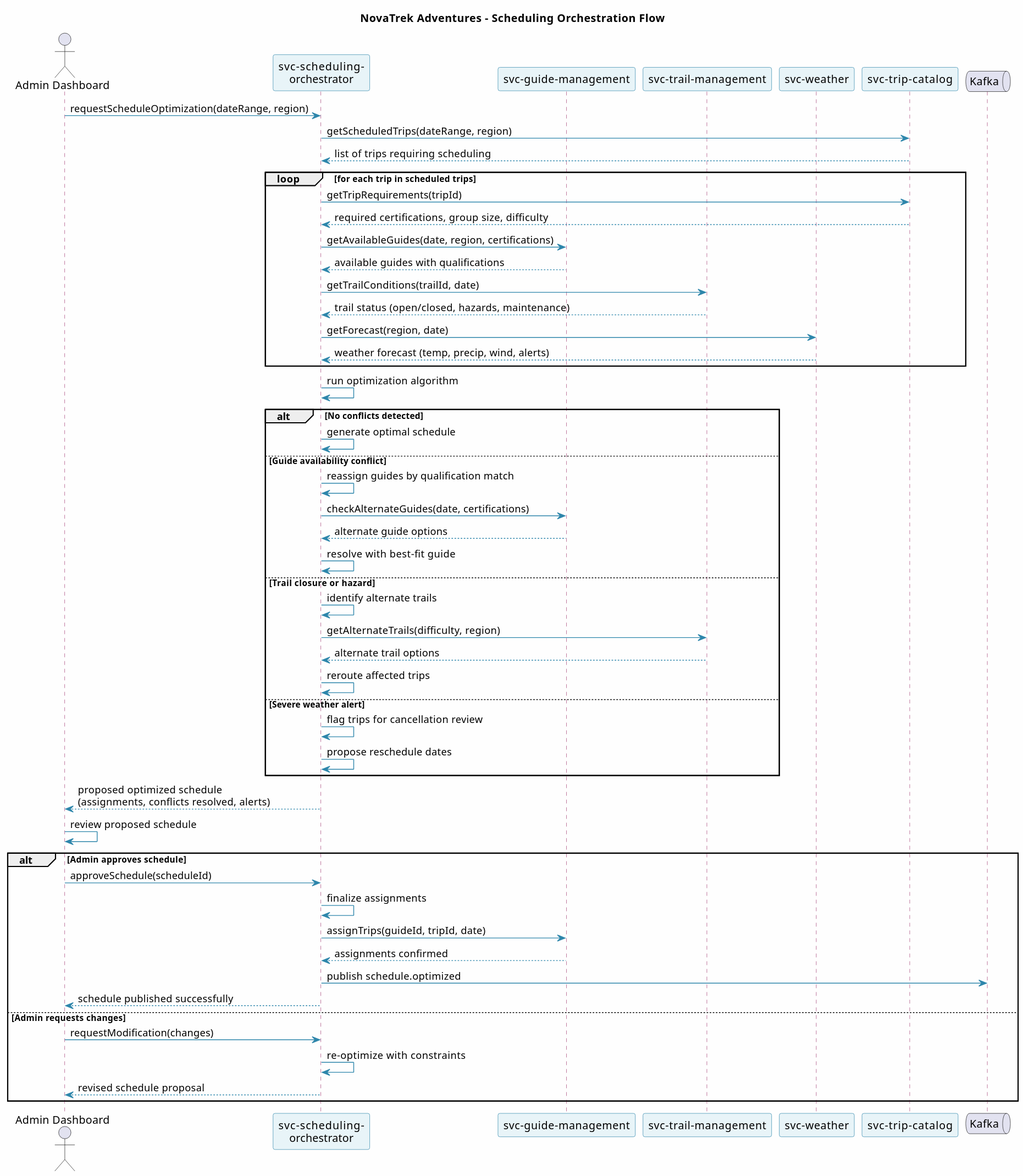
Earlier version of the PlantUML export phase-1-ai-tool-cost-comparison/workspace/corporate-services/diagrams/Sequence/scheduling-orchestration-flow.svg (christopherblaisdell/continuous-architecture-platform-poc).
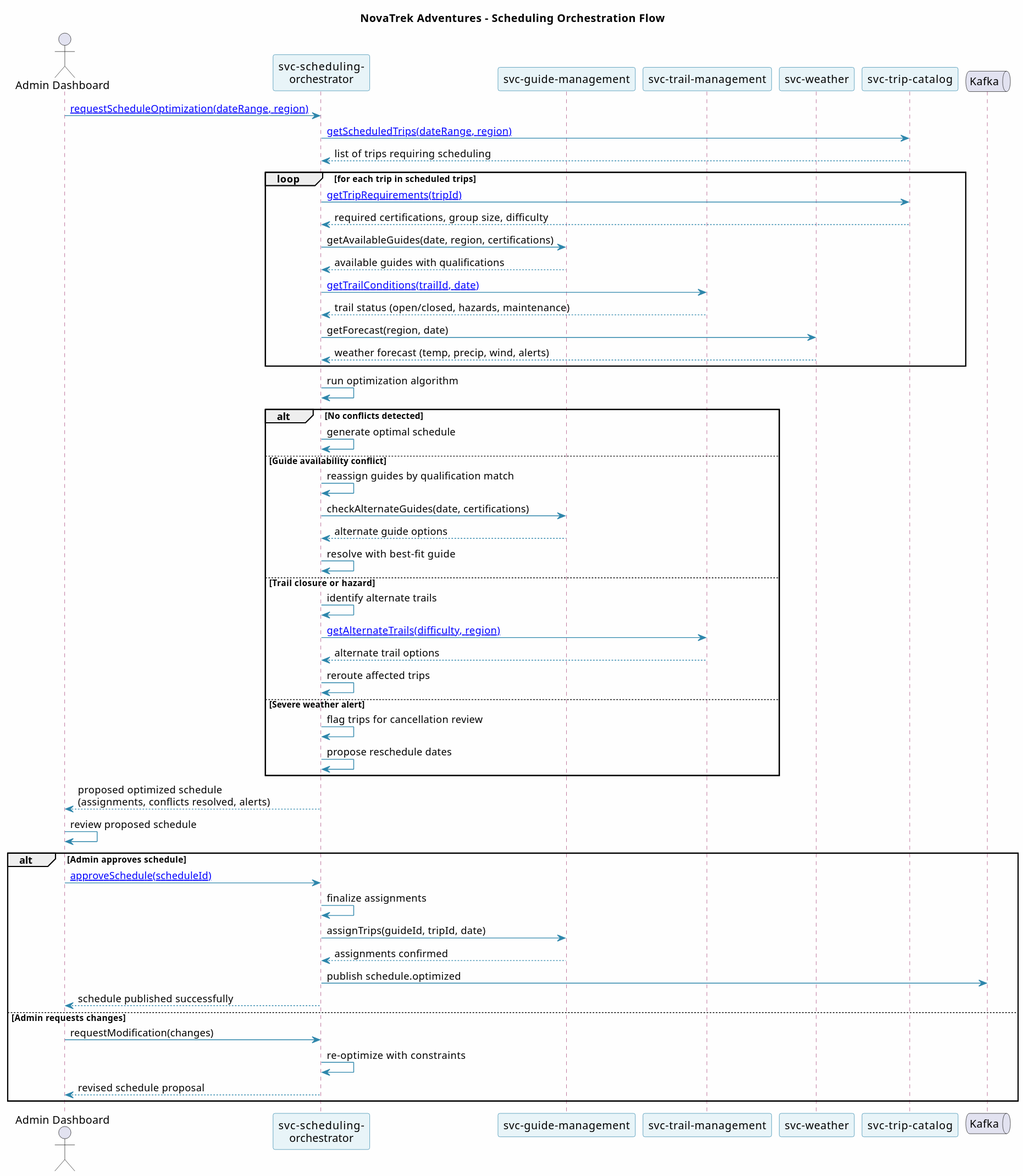
Later version of the same file.

Change to the diagram source:
```diff
@@ -15,25 +15,25 @@
 }
 
 actor "Admin Dashboard" as admin
-participant "svc-scheduling-\norchestrator" as scheduler
+participant "svc-scheduling-\norchestrator" as scheduler [[/services/svc-scheduling-orchestrator/]]
 participant "svc-guide-management" as guides
-participant "svc-trail-management" as trails
+participant "svc-trail-management" as trails [[/services/svc-trail-management/]]
 participant "svc-weather" as weather
-participant "svc-trip-catalog" as catalog
+participant "svc-trip-catalog" as catalog [[/services/svc-trip-catalog/]]
 queue "Kafka" as kafka
 
-admin -> scheduler : requestScheduleOptimization(dateRange, region)
-scheduler -> catalog : getScheduledTrips(dateRange, region)
+admin -> scheduler : [[/services/svc-scheduling-orchestrator/ requestScheduleOptimization(dateRange, region)]]
+scheduler -> catalog : [[/services/svc-trip-catalog/ getScheduledTrips(dateRange, region)]]
 catalog --> scheduler : list of trips requiring scheduling
 
 loop for each trip in scheduled trips
-    scheduler -> catalog : getTripRequirements(tripId)
+    scheduler -> catalog : [[/services/svc-trip-catalog/ getTripRequirements(tripId)]]
     catalog --> scheduler : required certifications, group size, difficulty
 
     scheduler -> guides : getAvailableGuides(date, region, certifications)
     guides --> scheduler : available guides with qualifications
 
-    scheduler -> trails : getTrailConditions(trailId, date)
+    scheduler -> trails : [[/services/svc-trail-management/ getTrailConditions(trailId, date)]]
     trails --> scheduler : trail status (open/closed, hazards, maintenance)
 
     scheduler -> weather : getForecast(region, date)
@@ -51,7 +51,7 @@
     scheduler -> scheduler : resolve with best-fit guide
 else Trail closure or hazard
     scheduler -> scheduler : identify alternate trails
-    scheduler -> trails : getAlternateTrails(difficulty, region)
+    scheduler -> trails : [[/services/svc-trail-management/ getAlternateTrails(difficulty, region)]]
     trails --> scheduler : alternate trail options
     scheduler -> scheduler : reroute affected trips
 else Severe weather alert
@@ -63,7 +63,7 @@
 admin -> admin : review proposed schedule
 
 alt Admin approves schedule
-    admin -> scheduler : approveSchedule(scheduleId)
+    admin -> scheduler : [[/services/svc-scheduling-orchestrator/ approveSchedule(scheduleId)]]
     scheduler -> scheduler : finalize assignments
     scheduler -> guides : assignTrips(guideId, tripId, date)
     guides --> scheduler : assignments confirmed
```
